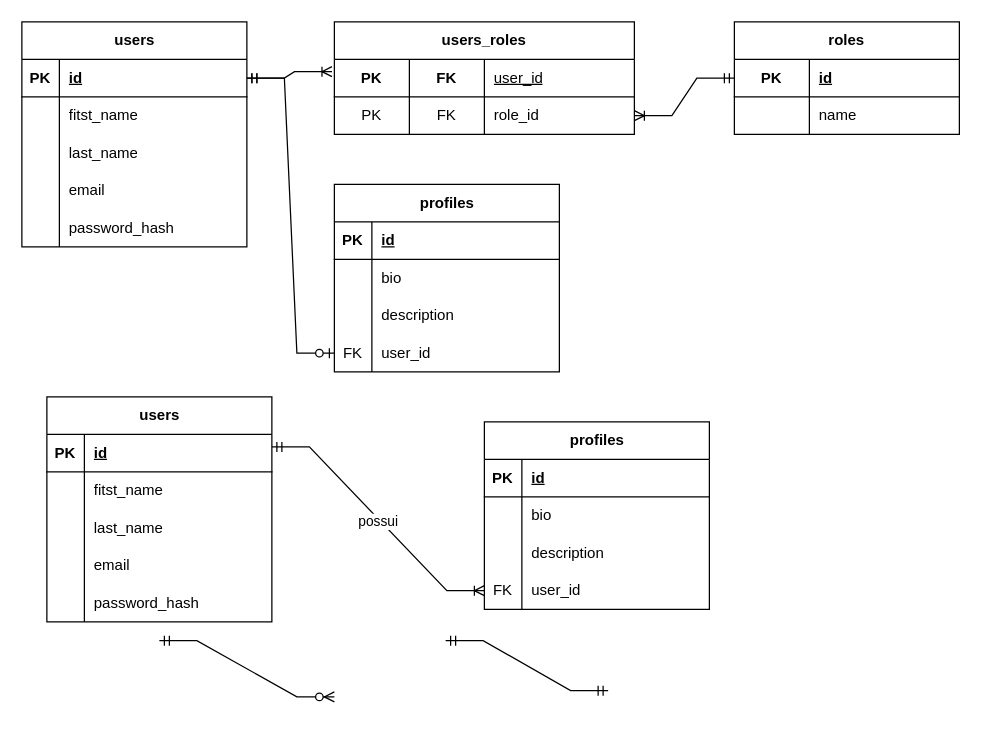
oscarlmjr/Curso_de_Python_3_do_basico_ao_avancado___com_projetos_reais keeps this draw.io diagram as page "Página-1" (1 of 2) of Section_19__Bases_de_dados_Relacionais_com_Python___SQL_usando_MySQL/648__Instale_o_Docker_e_o_Docker_Compose/aula_640.drawio. Above is the earlier version. Source tidied: cells renumbered, new cells numbered last; positions are measured from the earlier drawing's top-left corner, leaving out a move shared by most shapes. Both pictures are drawn from the tidied source at 125%, with x=0, y=0 at pixel (21, 21).
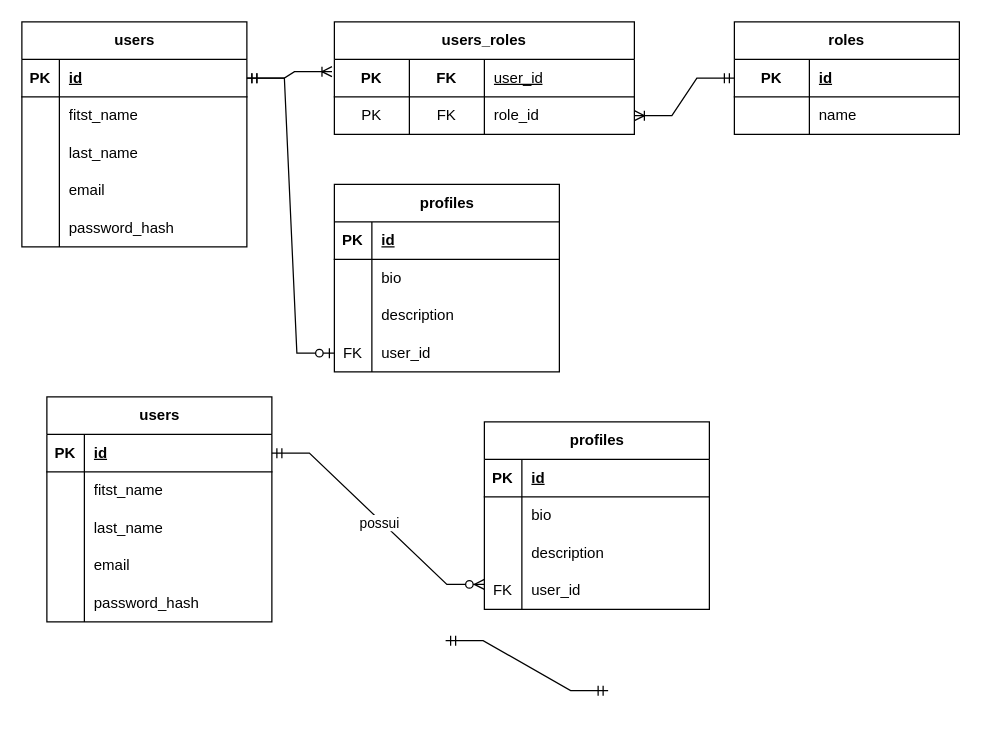
The same page after the edit.

The change refers to these unchanged cells:
```xml
<mxCell id="52" style="shape=tableRow;horizontal=0;startSize=0;swimlaneHead=0;swimlaneBody=0;fillColor=none;points=[[0,0.5],[1,0.5]];portConstraint=eastwest;top=0;left=0;right=0;bottom=1;" parent="51" vertex="1">
  <mxGeometry y="30" width="180" height="30" as="geometry" />
</mxCell>
<mxCell id="80" style="shape=tableRow;horizontal=0;startSize=0;swimlaneHead=0;swimlaneBody=0;fillColor=none;points=[[0,0.5],[1,0.5]];portConstraint=eastwest;top=0;left=0;right=0;bottom=0;" parent="70" vertex="1">
  <mxGeometry y="120" width="180" height="30" as="geometry" />
</mxCell>
```

Diff of the diagram source:
```diff
@@
-    <mxCell id="85" style="edgeStyle=entityRelationEdgeStyle;fontSize=12;html=1;endArrow=ERzeroToMany;startArrow=ERmandOne;rounded=0;" parent="1" edge="1">
+    <mxCell id="85" style="edgeStyle=entityRelationEdgeStyle;fontSize=12;html=1;endArrow=ERzeroToMany;startArrow=ERmandOne;rounded=0;exitX=1;exitY=0.5;exitDx=0;exitDy=0;" parent="1" edge="1" source="52">
       <mxGeometry relative="1" as="geometry">
-        <mxPoint x="110" y="495" as="sourcePoint" />
-        <mxPoint x="250" y="540" as="targetPoint" />
+        <mxPoint x="370" y="450" as="targetPoint" />
       </mxGeometry>
     </mxCell>
-    <mxCell id="86" style="edgeStyle=entityRelationEdgeStyle;fontSize=12;html=1;endArrow=ERoneToMany;startArrow=ERmandOne;rounded=0;entryX=0;entryY=0.5;entryDx=0;entryDy=0;" parent="1" edge="1" target="80">
-      <mxGeometry relative="1" as="geometry">
-        <mxPoint x="200" y="340" as="sourcePoint" />
-      </mxGeometry>
-    </mxCell>
-    <mxCell id="87" value="possui" style="edgeLabel;html=1;align=center;verticalAlign=middle;" parent="86" vertex="1">
-      <mxGeometry x="0.01" y="-2" relative="1" as="geometry" />
+    <mxCell id="87" value="possui" style="edgeLabel;html=1;align=center;verticalAlign=middle;" parent="85" vertex="1">
+      <mxGeometry x="0.02" y="-2" relative="1" as="geometry" />
     </mxCell>
```
